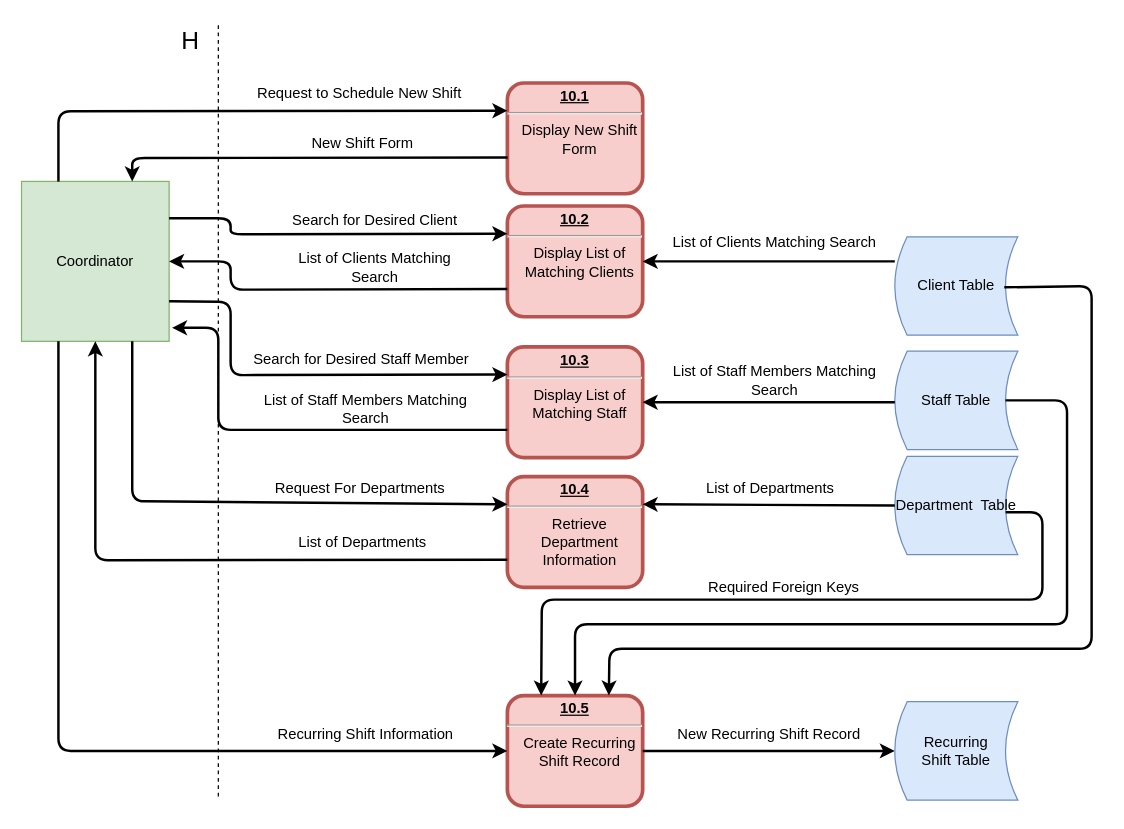
Before: page "10: Create Recurring Shift" (11 of 20) of Diagrams/DFD/Level 1 DFDs.drawio in Harlento/SchedulingSystem, a draw.io diagram. Source tidied: cells renumbered, new cells numbered last; positions are measured from the earlier drawing's top-left corner, leaving out a move shared by most shapes. Both pictures are drawn from the tidied source at 123%, with x=0, y=0 at pixel (21, 21).
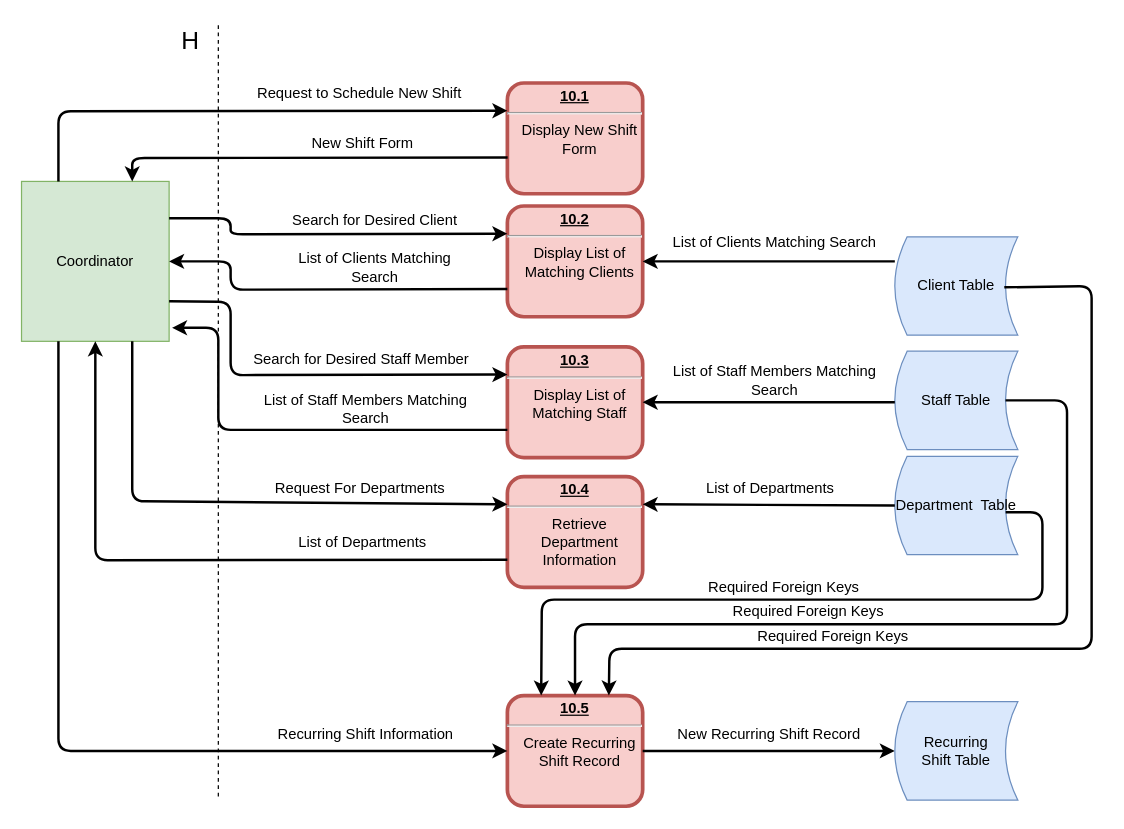
After the change.

Change to the diagram source:
```diff
@@
+    <mxCell id="44" value="Required Foreign Keys" style="text;html=1;strokeColor=none;fillColor=none;align=center;verticalAlign=middle;whiteSpace=wrap;rounded=0;" parent="1" vertex="1">
+      <mxGeometry x="560" y="470" width="160" height="20" as="geometry" />
+    </mxCell>
+    <mxCell id="45" value="Required Foreign Keys" style="text;html=1;strokeColor=none;fillColor=none;align=center;verticalAlign=middle;whiteSpace=wrap;rounded=0;" parent="1" vertex="1">
+      <mxGeometry x="580" y="490" width="160" height="20" as="geometry" />
+    </mxCell>
```
